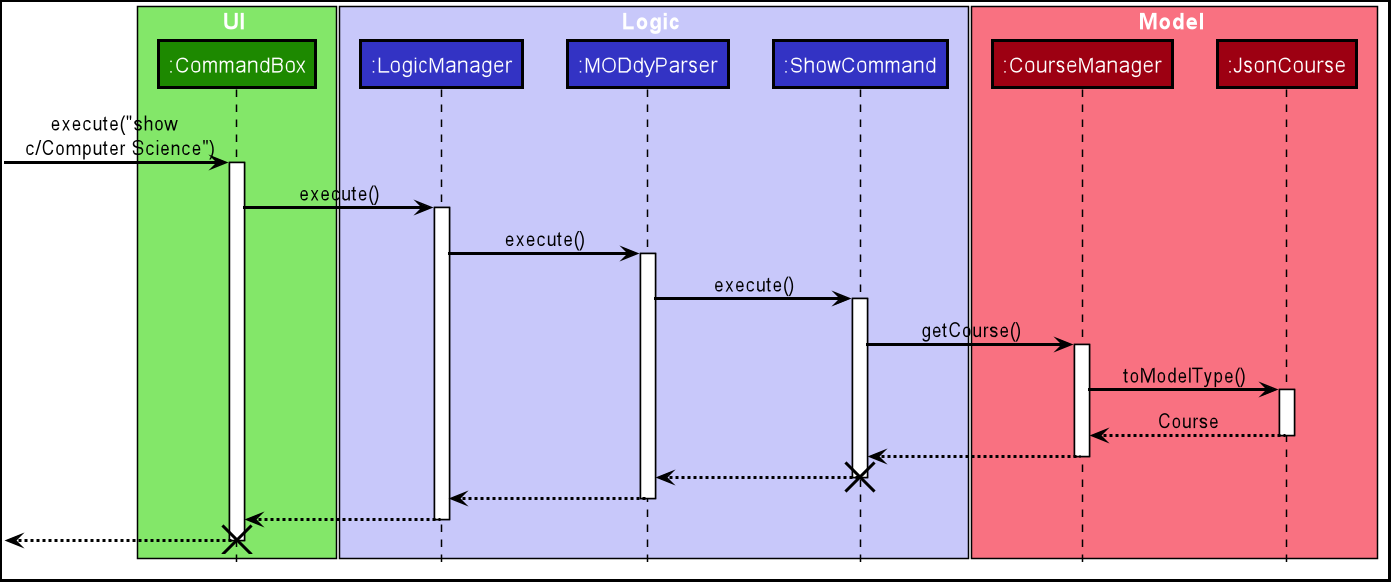
Earlier version of the PlantUML export docs/images/ShowCommandSequenceDiagram.png (nus-cs2103-AY1920S2/addressbook-level3).
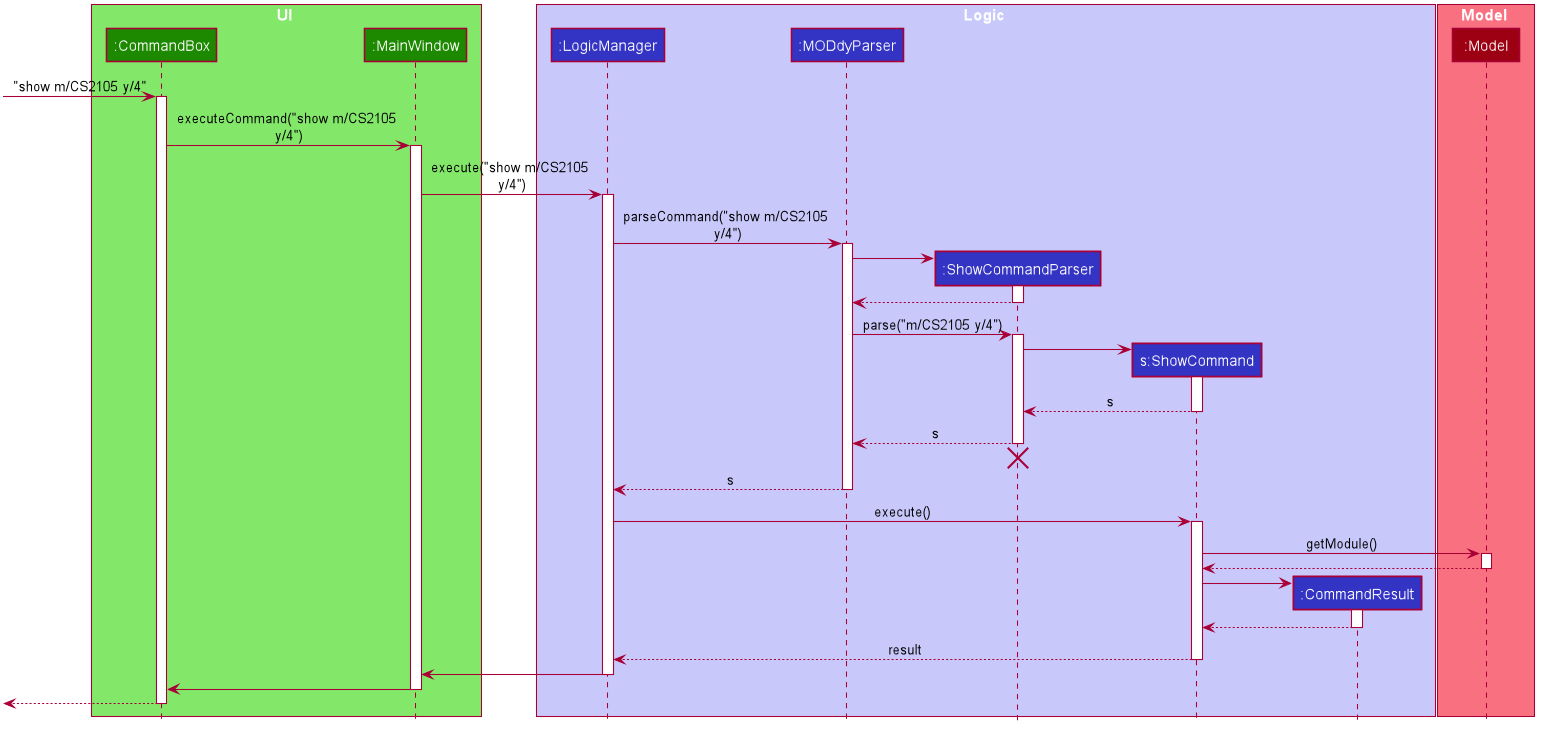
Later version of the same file.

The edit, as a diff of the source:
```diff
@@ -48,67 +48,85 @@
 hide members
 hide circle
 
-skinparam arrowColor #black
-skinparam SequenceBoxBorderColor #black
-skinparam SequenceParticipantBorderThickness 2
-skinparam SequenceReferenceBorderThickness 2
-skinparam DiagramBorderThickness 2
-skinparam SequenceArrowThickness 2
-skinparam SequenceLifeLineBorderColor #black
-skinparam ParticipantBorderColor #black
-
-
 box UI #83E769
 participant ":CommandBox" as CommandBox #1D8900
+participant ":MainWindow" as MainWindow #1D8900
 end box
 
 box Logic #C8C8FA
 participant ":LogicManager" as LogicManager #3333C4
 participant ":MODdyParser" as MODdyParser #3333C4
-participant ":ShowCommand" as ShowCommand #3333C4
+participant ":ShowCommandParser" as ShowCommandParser #3333C4
+participant "s:ShowCommand" as ShowCommand #3333C4
+participant ":CommandResult" as CommandResult #3333C4
 end box
 
 box Model #F97181
-participant ":CourseManager" as CourseManager #9D0012
-participant ":JsonCourse" as JsonCourse #9D0012
+participant ":Model" as Model #9D0012
 end box
 
-[-> CommandBox : execute("show \n c/Computer Science")
+[-> CommandBox : "show m/CS2105 y/4"
 activate CommandBox
 
-CommandBox -> LogicManager : execute()
+CommandBox -> MainWindow : executeCommand("show m/CS2105 \ny/4")
+activate MainWindow
+
+MainWindow -> LogicManager : execute("show m/CS2105 \ny/4")
 activate LogicManager
 
-LogicManager -> MODdyParser : execute()
+LogicManager -> MODdyParser : parseCommand("show m/CS2105 \ny/4")
 activate MODdyParser
 
-MODdyParser -> ShowCommand : execute()
+create ShowCommandParser
+MODdyParser -> ShowCommandParser
+activate ShowCommandParser
+
+ShowCommandParser --> MODdyParser
+deactivate ShowCommandParser
+
+MODdyParser -> ShowCommandParser : parse("m/CS2105 y/4")
+activate ShowCommandParser
+
+create ShowCommand
+ShowCommandParser -> ShowCommand
 activate ShowCommand
 
-ShowCommand -> CourseManager : getCourse()
-activate CourseManager
+ShowCommand --> ShowCommandParser : s
+deactivate ShowCommand
 
-CourseManager -> JsonCourse : toModelType()
-activate JsonCourse
+ShowCommandParser --> MODdyParser : s
+deactivate ShowCommandParser
+ShowCommandParser -[hidden]-> MODdyParser
+destroy ShowCommandParser
 
-JsonCourse --> CourseManager : Course
-deactivate JsonCourse
-
-CourseManager --> ShowCommand
-deactivate CourseManager
-
-ShowCommand --> MODdyParser
-deactivate ShowCommand
-destroy ShowCommand
-
-MODdyParser --> LogicManager
+MODdyParser --> LogicManager : s
 deactivate MODdyParser
 
-LogicManager --> CommandBox
+LogicManager -> ShowCommand : execute()
+activate ShowCommand
+
+ShowCommand -> Model : getModule()
+activate Model
+
+Model --> ShowCommand
+deactivate Model
+
+create CommandResult
+ShowCommand -> CommandResult
+activate CommandResult
+
+CommandResult --> ShowCommand
+deactivate CommandResult
+
+ShowCommand --> LogicManager : result
+deactivate ShowCommand
+
+LogicManager -> MainWindow
 deactivate LogicManager
+
+MainWindow -> CommandBox
+deactivate MainWindow
 
 [<--CommandBox
 deactivate CommandBox
-destroy CommandBox
-
 @enduml
```
